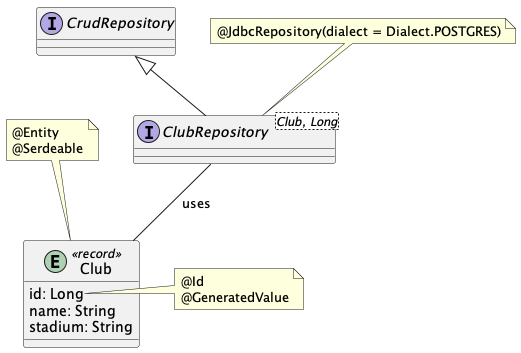
This is images/entity-model.png from alvarosanchez/micronaut-workshop, a PlantUML export, as it was before one commit.
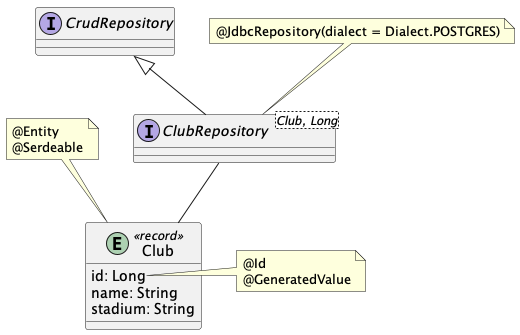
The same diagram one commit later.

What changed in the source:
```diff
@@ -19,5 +19,5 @@
   @JdbcRepository(dialect = Dialect.POSTGRES)
 end note
 CrudRepository <|-- ClubRepository
-ClubRepository -- Club : uses
+ClubRepository -- Club
 @enduml
```
